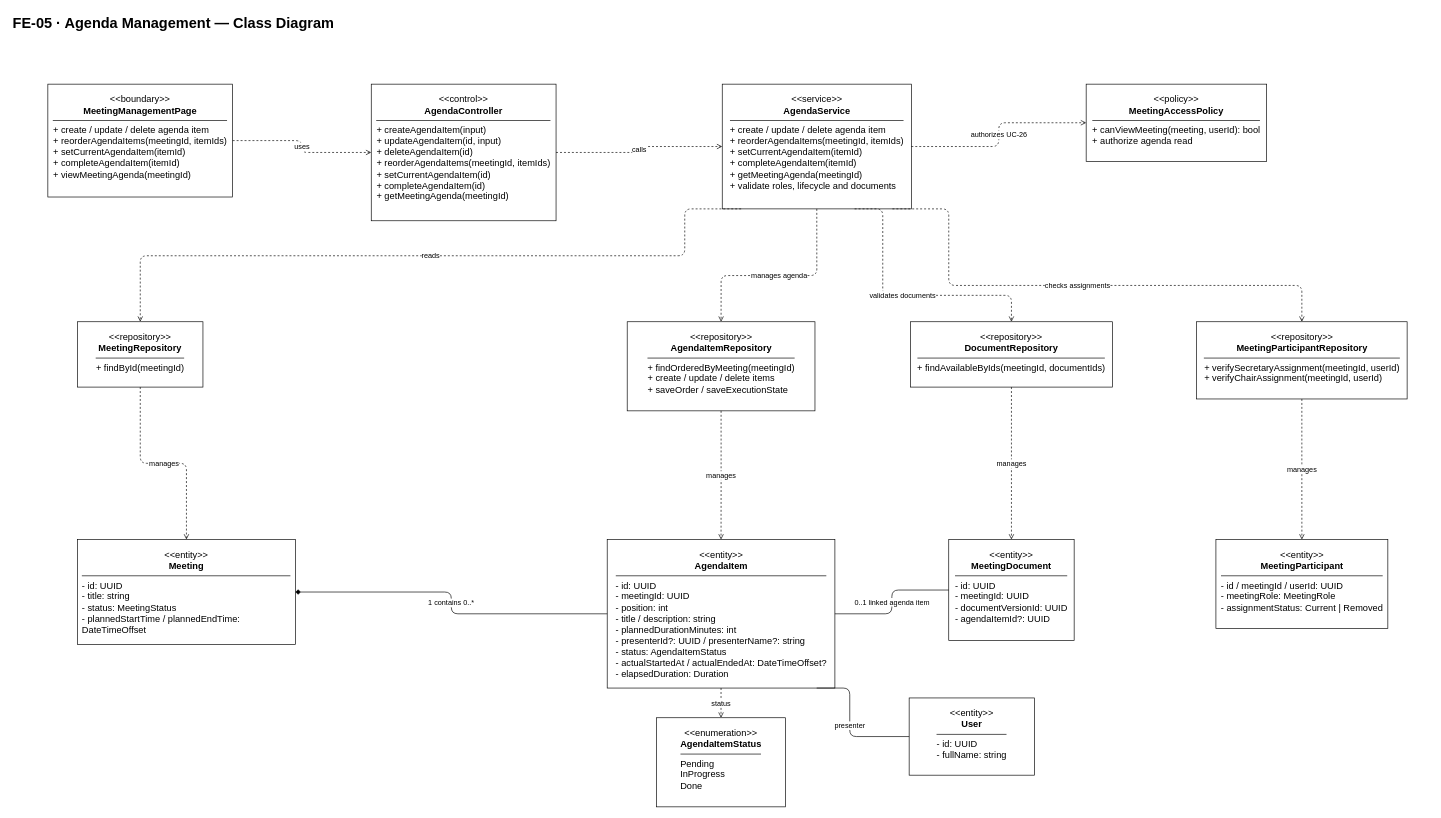
This is docs/07-classdiagram/feature-05-agenda-management-class-diagram.drawio from callmehai/FU-FA26-G116, a draw.io file, before an edit. Source tidied: cells renumbered, new cells numbered last; positions are measured from the earlier drawing's top-left corner, leaving out a move shared by most shapes. Both pictures are drawn from the tidied source at 66%, with x=0, y=0 at pixel (11, 11).
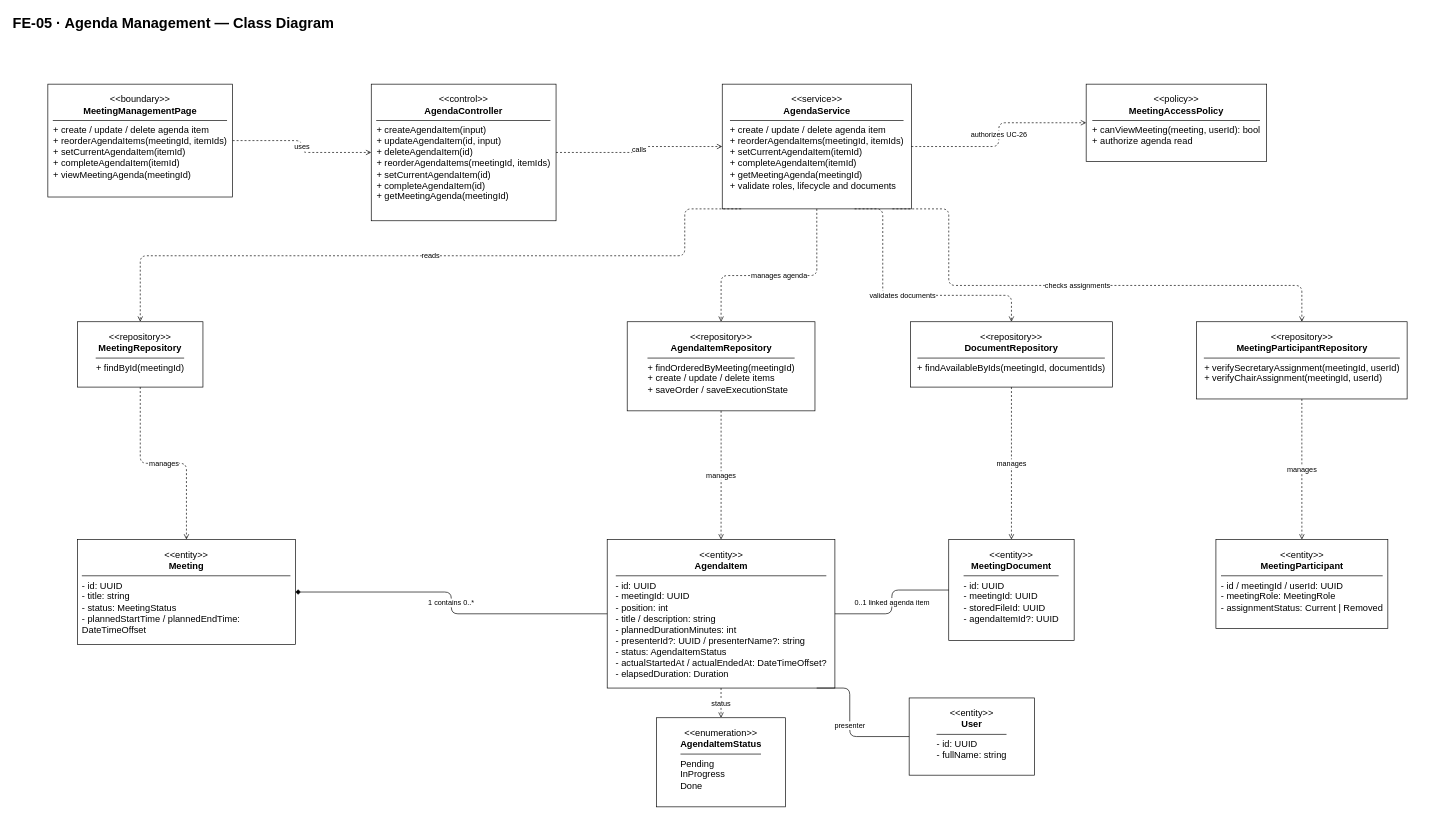
Above is the later version.

The edit, as a diff of the source:
```diff
@@
-    <mxCell id="13" value="&lt;div style=&quot;text-align:center&quot;&gt;&amp;lt;&amp;lt;entity&amp;gt;&amp;gt;&lt;br&gt;&lt;b&gt;MeetingDocument&lt;/b&gt;&lt;/div&gt;&lt;hr style=&quot;width:100%;height:0;border:0;border-top:1px solid #000000;margin:6px 0;&quot;&gt;&lt;div style=&quot;text-align:left&quot;&gt;- id: UUID&lt;br&gt;- meetingId: UUID&lt;br&gt;- documentVersionId: UUID&lt;br&gt;- agendaItemId?: UUID&lt;/div&gt;" style="rounded=0;whiteSpace=wrap;html=1;fillColor=#ffffff;strokeColor=#000000;align=center;verticalAlign=top;spacingTop=8;spacingLeft=6;spacingRight=6;fontSize=14;" parent="1" vertex="1">
+    <mxCell id="13" value="&lt;div style=&quot;text-align:center&quot;&gt;&amp;lt;&amp;lt;entity&amp;gt;&amp;gt;&lt;br&gt;&lt;b&gt;MeetingDocument&lt;/b&gt;&lt;/div&gt;&lt;hr style=&quot;width:100%;height:0;border:0;border-top:1px solid #000000;margin:6px 0;&quot;&gt;&lt;div style=&quot;text-align:left&quot;&gt;- id: UUID&lt;br&gt;- meetingId: UUID&lt;br&gt;- storedFileId: UUID&lt;br&gt;- agendaItemId?: UUID&lt;/div&gt;" style="rounded=0;whiteSpace=wrap;html=1;fillColor=#ffffff;strokeColor=#000000;align=center;verticalAlign=top;spacingTop=8;spacingLeft=6;spacingRight=6;fontSize=14;" parent="1" vertex="1">
       <mxGeometry x="1420" y="800" width="190" height="153" as="geometry" />
     </mxCell>
```
